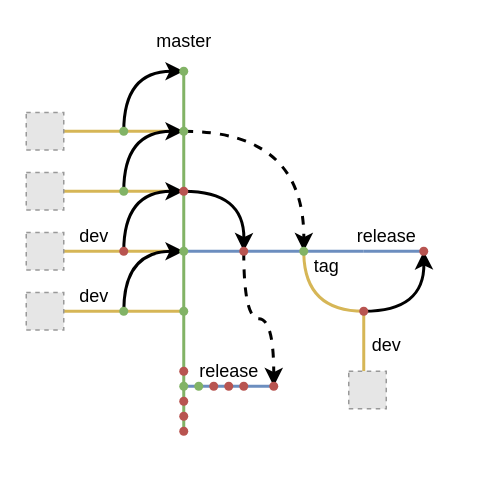
Above: common.drawio in EarthWind/deeparch (draw.io), before the change. Source tidied: cells renumbered, new cells numbered last; positions are measured from the earlier drawing's top-left corner, leaving out a move shared by most shapes. Both pictures are drawn from the tidied source at 150%, with x=0, y=0 at pixel (26, 26). Pictures stored in the file or linked from it are replaced by grey dashed boxes.
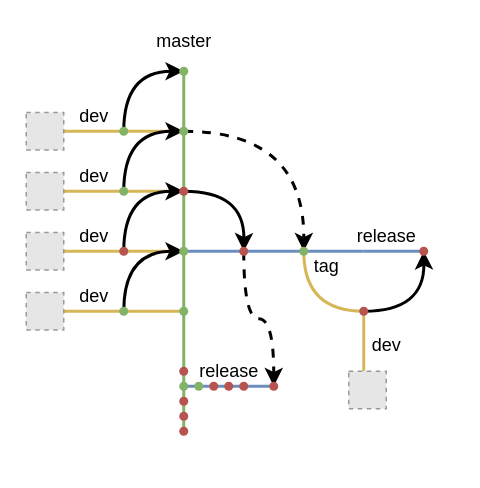
After the change.

The edit, as a diff of the source:
```diff
@@
+    <mxCell id="67" value="dev" style="text;html=1;align=center;verticalAlign=middle;strokeColor=none;fillColor=none;rotation=0;" parent="1" vertex="1">
+      <mxGeometry x="25" y="90" width="40" height="20" as="geometry" />
+    </mxCell>
+    <mxCell id="68" value="dev" style="text;html=1;align=center;verticalAlign=middle;strokeColor=none;fillColor=none;rotation=0;" parent="1" vertex="1">
+      <mxGeometry x="25" y="50" width="40" height="20" as="geometry" />
+    </mxCell>
```
